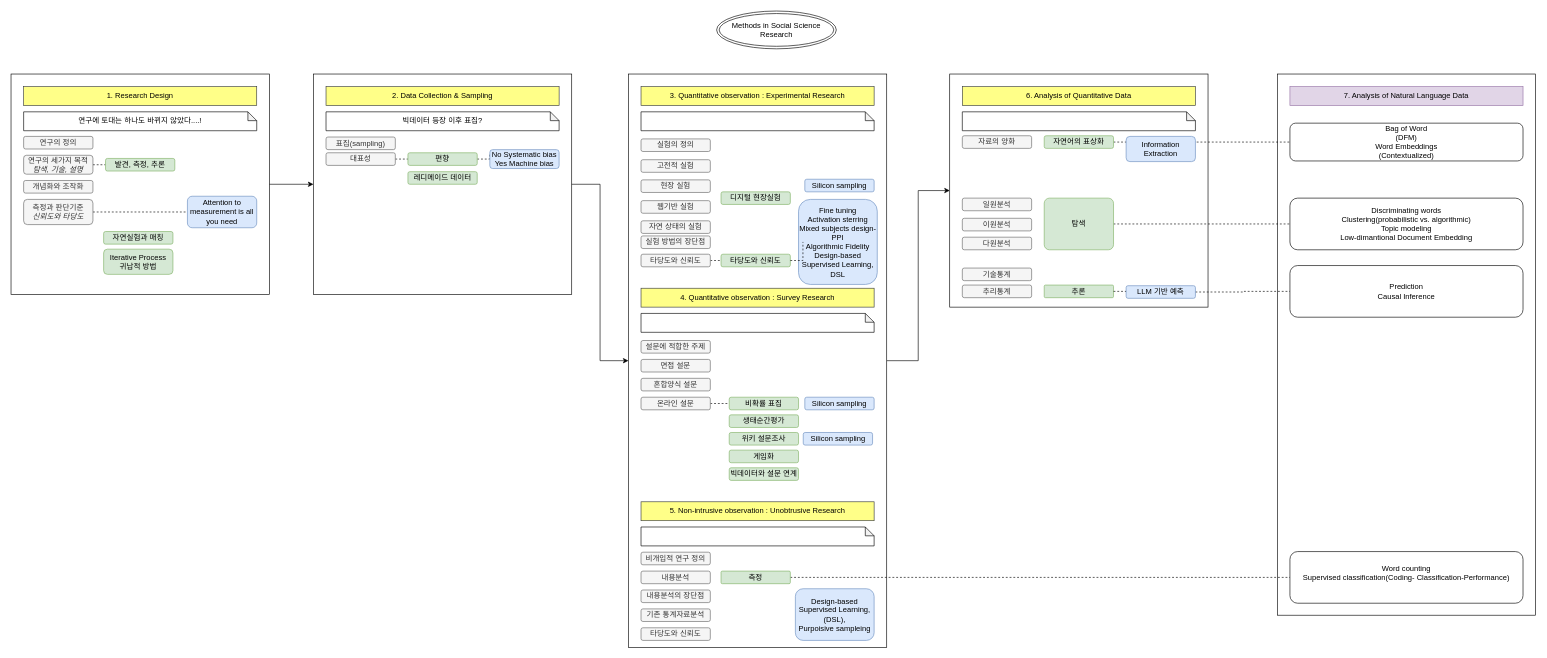
myokyunghan/drawio_for_qual keeps this draw.io diagram as method.drawio. Above is the earlier version. Source tidied: cells renumbered, new cells numbered last; positions are measured from the earlier drawing's top-left corner, leaving out a move shared by most shapes. Both pictures are drawn from the tidied source at 63%, with x=0, y=0 at pixel (11, 11).
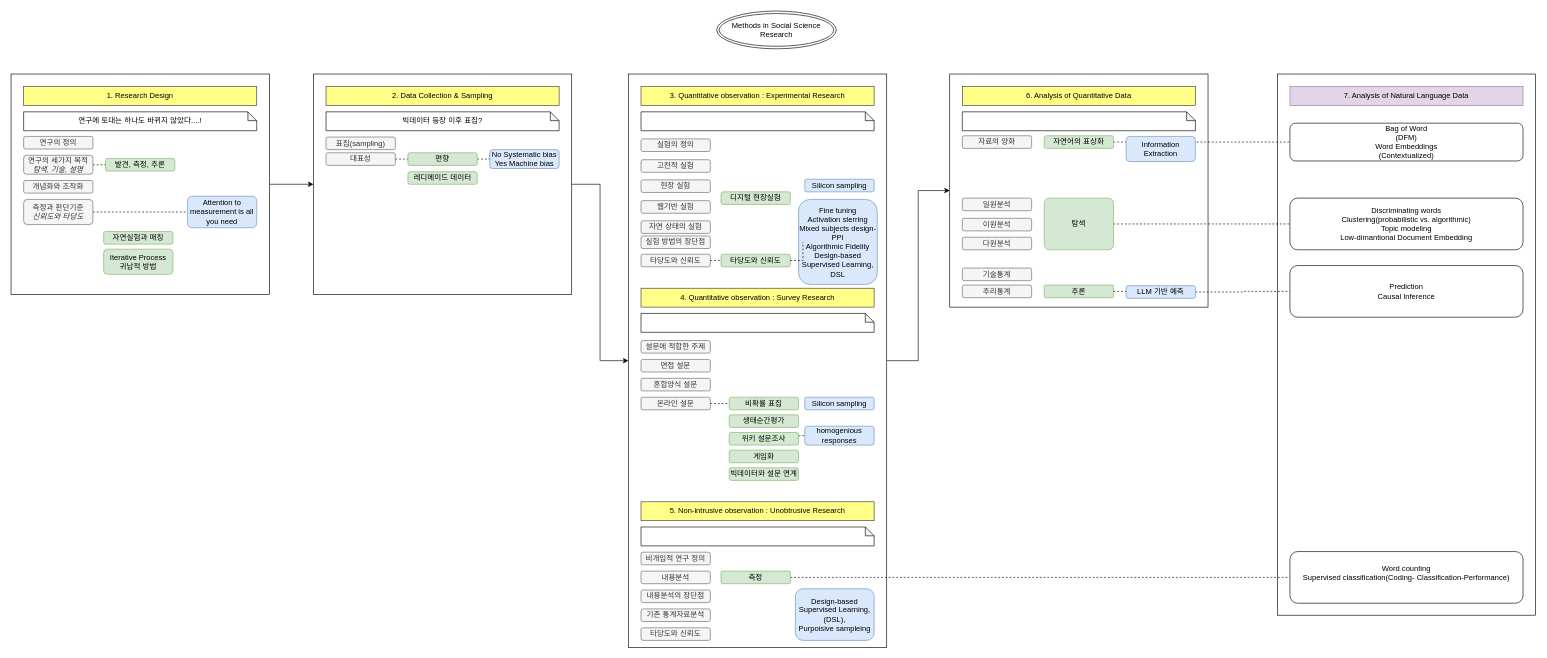
The same diagram, later.

The change refers to these unchanged cells:
```xml
<mxCell id="50" value="위키 설문조사" style="rounded=1;whiteSpace=wrap;html=1;roundedPerimeter=1;fillColor=#d5e8d4;strokeColor=#82b366;" parent="1" vertex="1">
  <mxGeometry x="1140" y="669" width="110" height="20" as="geometry" />
</mxCell>
```

Diff of the diagram source:
```diff
@@
+    <mxCell id="93" style="edgeStyle=orthogonalEdgeStyle;rounded=0;jettySize=auto;html=1;exitX=1;exitY=0.25;exitDx=0;exitDy=0;entryX=0;entryY=0.5;entryDx=0;entryDy=0;defaultLabelBackgroundColor=page;labelPadding=0 4;endArrow=none;endFill=0;dashed=1;" parent="1" edge="1" source="50" target="92">
+      <mxGeometry relative="1" as="geometry" />
+    </mxCell>
@@
-    <mxCell id="92" value="Silicon sampling" style="rounded=1;whiteSpace=wrap;html=1;roundedPerimeter=1;fillColor=#dae8fc;strokeColor=#6c8ebf;" parent="1" vertex="1">
-      <mxGeometry x="1257.5" y="669" width="110" height="20" as="geometry" />
+    <mxCell id="92" value="homogenious responses" style="rounded=1;whiteSpace=wrap;html=1;roundedPerimeter=1;fillColor=#dae8fc;strokeColor=#6c8ebf;" parent="1" vertex="1">
+      <mxGeometry x="1260" y="659" width="110" height="30" as="geometry" />
     </mxCell>
```
